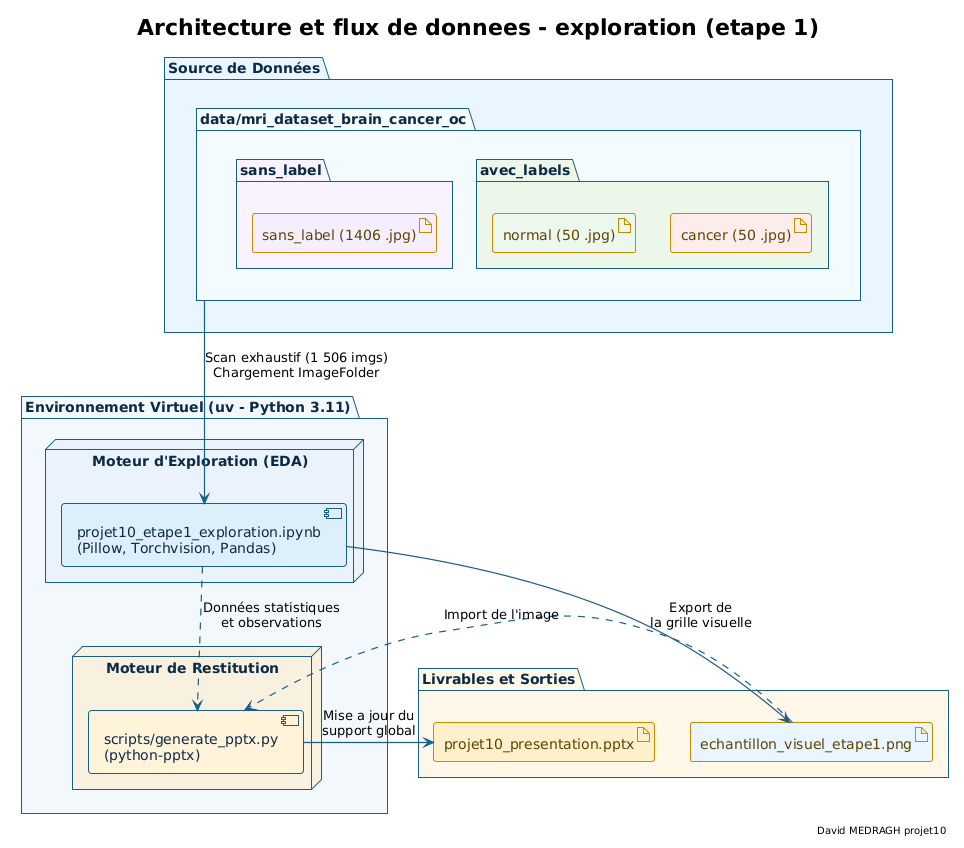
Earlier version of the PlantUML export doc/uml/png/architecture_etape1_exploration.png (davidmedragh/projet10).
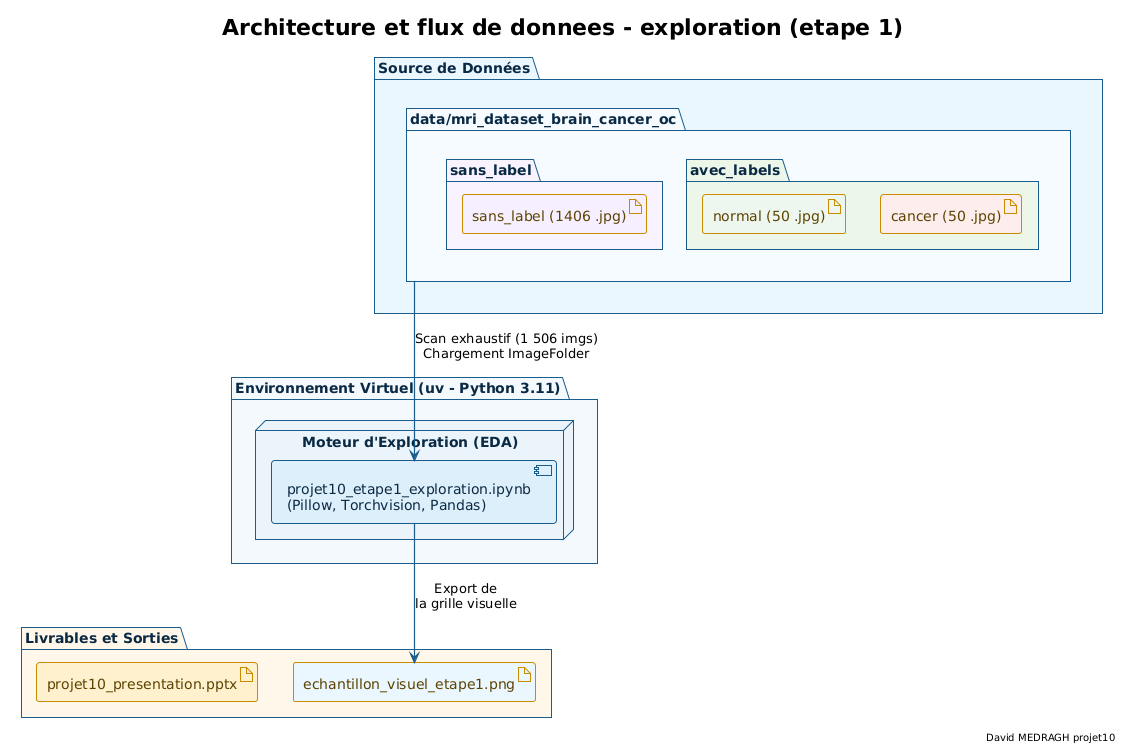
The same file after the commit.

Commit message:
remove generate_pptx from uml diagrams

What changed in the source:
```diff
@@ -51,10 +51,6 @@
     node "Moteur d'Exploration (EDA)" #EAF3FB {
         component "projet10_etape1_exploration.ipynb\n(Pillow, Torchvision, Pandas)" as notebook #DDEFFA
     }
-
-    node "Moteur de Restitution" #F9F1DF {
-        component "scripts/generate_pptx.py\n(python-pptx)" as script_pptx #FFF4DA
-    }
 }
 
 package "Livrables et Sorties" #FFF7E8 {
@@ -65,10 +61,5 @@
 dataset --> notebook : Scan exhaustif (1 506 imgs)\nChargement ImageFolder
 notebook --> out_png : Export de\nla grille visuelle
 
-out_png ..> script_pptx : Import de l'image
-notebook ..> script_pptx : Données statistiques\net observations
-
-script_pptx --> out_pptx : Mise a jour du\nsupport global
-
 right footer David MEDRAGH projet10
 @enduml
```
